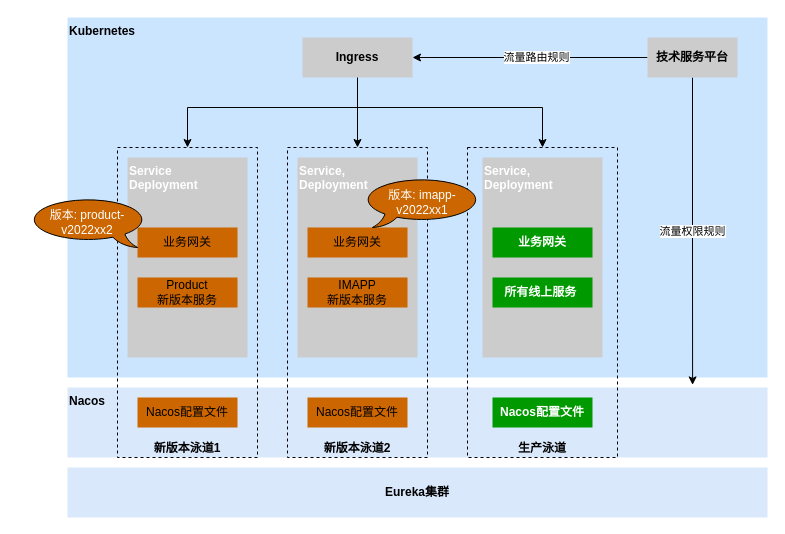
Before: page "第 2 页" (4 of 5) of im/im-grey.drawio in novayoung/draw, a draw.io diagram. Source tidied: cells renumbered, new cells numbered last; positions are measured from the earlier drawing's top-left corner, leaving out a move shared by most shapes. Both pictures are drawn from the tidied source at 100%, with x=0, y=0 at pixel (27, 17).
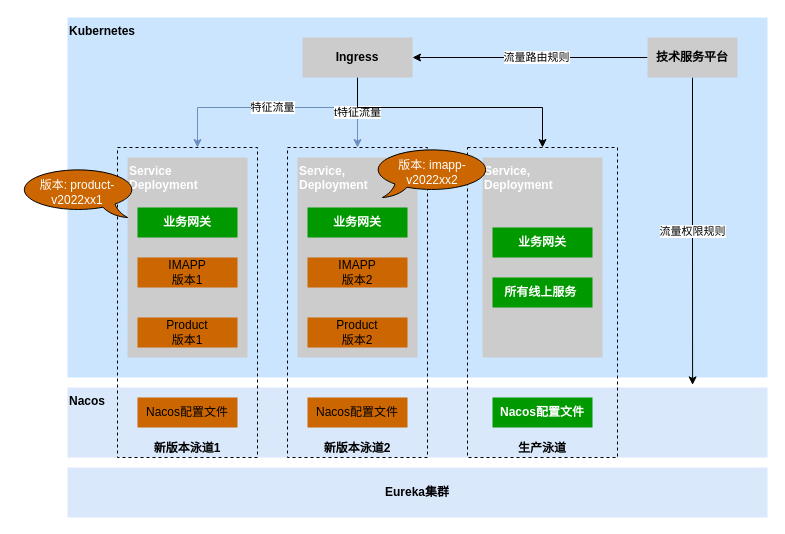
The same page after the edit.

The change refers to these unchanged cells:
```xml
<mxCell id="6" value="&lt;b&gt;新版本&lt;/b&gt;&lt;b&gt;泳道2&lt;/b&gt;" style="rounded=0;whiteSpace=wrap;html=1;fontColor=#000000;fillColor=none;verticalAlign=bottom;dashed=1;" parent="1" vertex="1">
  <mxGeometry x="260" y="130" width="140" height="310" as="geometry" />
</mxCell>
<mxCell id="8" value="&lt;b&gt;新版本泳道1&lt;/b&gt;" style="rounded=0;whiteSpace=wrap;html=1;fontColor=#000000;fillColor=none;verticalAlign=bottom;dashed=1;" parent="1" vertex="1">
  <mxGeometry x="90" y="130" width="140" height="310" as="geometry" />
</mxCell>
<mxCell id="13" value="Ingress" style="rounded=0;whiteSpace=wrap;html=1;fillColor=#CCCCCC;strokeColor=none;fontStyle=1;" parent="1" vertex="1">
  <mxGeometry x="275" y="20" width="110" height="40" as="geometry" />
</mxCell>
```

Change to the diagram source:
```diff
@@
-    <mxCell id="10" style="edgeStyle=orthogonalEdgeStyle;rounded=0;jettySize=auto;html=1;fontColor=#000000;strokeColor=#000000;exitX=0.5;exitY=1;exitDx=0;exitDy=0;" parent="1" edge="1" source="13" target="8">
+    <mxCell id="10" value="特征流量" style="edgeStyle=orthogonalEdgeStyle;rounded=0;jettySize=auto;html=1;fontColor=#000000;strokeColor=#6c8ebf;exitX=0.5;exitY=1;exitDx=0;exitDy=0;fillColor=#dae8fc;" parent="1" edge="1" source="13" target="8">
       <mxGeometry relative="1" as="geometry">
         <Array as="points">
           <mxPoint x="330" y="90" />
-          <mxPoint x="160" y="90" />
+          <mxPoint x="170" y="90" />
         </Array>
       </mxGeometry>
     </mxCell>
-    <mxCell id="11" style="edgeStyle=orthogonalEdgeStyle;rounded=0;jettySize=auto;html=1;entryX=0.5;entryY=0;entryDx=0;entryDy=0;fontColor=#000000;strokeColor=#000000;" parent="1" edge="1" source="13" target="6">
+    <mxCell id="11" value="t特征流量" style="edgeStyle=orthogonalEdgeStyle;rounded=0;jettySize=auto;html=1;entryX=0.5;entryY=0;entryDx=0;entryDy=0;fontColor=#000000;strokeColor=#6c8ebf;fillColor=#dae8fc;" parent="1" edge="1" source="13" target="6">
       <mxGeometry relative="1" as="geometry" />
     </mxCell>
@@
-    <mxCell id="14" value="业务网关" style="rounded=0;whiteSpace=wrap;html=1;fillColor=#CC6600;strokeColor=none;" parent="1" vertex="1">
-      <mxGeometry x="280" y="210" width="100" height="30" as="geometry" />
+    <mxCell id="14" value="业务网关" style="rounded=0;whiteSpace=wrap;html=1;fillColor=#009900;strokeColor=none;fontStyle=1;fontColor=#FFFFFF;" parent="1" vertex="1">
+      <mxGeometry x="280" y="190" width="100" height="30" as="geometry" />
     </mxCell>
@@
-    <mxCell id="16" value="IMAPP&lt;br&gt;新版本服务" style="rounded=0;whiteSpace=wrap;html=1;fillColor=#CC6600;strokeColor=none;" parent="1" vertex="1">
-      <mxGeometry x="280" y="260" width="100" height="30" as="geometry" />
+    <mxCell id="16" value="IMAPP&lt;br&gt;版本2" style="rounded=0;whiteSpace=wrap;html=1;fillColor=#CC6600;strokeColor=none;" parent="1" vertex="1">
+      <mxGeometry x="280" y="240" width="100" height="30" as="geometry" />
     </mxCell>
@@
-    <mxCell id="19" value="业务网关" style="rounded=0;whiteSpace=wrap;html=1;fillColor=#CC6600;strokeColor=none;" parent="1" vertex="1">
-      <mxGeometry x="110" y="210" width="100" height="30" as="geometry" />
+    <mxCell id="19" value="业务网关" style="rounded=0;whiteSpace=wrap;html=1;fillColor=#009900;strokeColor=none;fontStyle=1;fontColor=#FFFFFF;" parent="1" vertex="1">
+      <mxGeometry x="110" y="190" width="100" height="30" as="geometry" />
     </mxCell>
-    <mxCell id="20" value="Product&lt;br&gt;新版本服务" style="rounded=0;whiteSpace=wrap;html=1;fillColor=#CC6600;strokeColor=none;" parent="1" vertex="1">
-      <mxGeometry x="110" y="260" width="100" height="30" as="geometry" />
+    <mxCell id="20" value="IMAPP&lt;br&gt;版本1" style="rounded=0;whiteSpace=wrap;html=1;fillColor=#CC6600;strokeColor=none;" parent="1" vertex="1">
+      <mxGeometry x="110" y="240" width="100" height="30" as="geometry" />
     </mxCell>
@@
-    <mxCell id="25" value="版本: imapp-v2022xx1" style="whiteSpace=wrap;html=1;shape=mxgraph.basic.oval_callout;fontColor=#FFFFFF;fillColor=#CC6600;" parent="1" vertex="1">
-      <mxGeometry x="335" y="160" width="120" height="50" as="geometry" />
+    <mxCell id="25" value="版本: imapp-v2022xx2" style="whiteSpace=wrap;html=1;shape=mxgraph.basic.oval_callout;fontColor=#FFFFFF;fillColor=#CC6600;" parent="1" vertex="1">
+      <mxGeometry x="345" y="130" width="120" height="50" as="geometry" />
     </mxCell>
-    <mxCell id="26" value="版本: product-v2022xx2" style="whiteSpace=wrap;html=1;shape=mxgraph.basic.oval_callout;fontColor=#FFFFFF;fillColor=#CC6600;direction=east;flipH=1;" parent="1" vertex="1">
-      <mxGeometry y="180" width="120" height="50" as="geometry" />
+    <mxCell id="26" value="版本: product-v2022xx1" style="whiteSpace=wrap;html=1;shape=mxgraph.basic.oval_callout;fontColor=#FFFFFF;fillColor=#CC6600;direction=east;flipH=1;" parent="1" vertex="1">
+      <mxGeometry x="-10" y="150" width="120" height="50" as="geometry" />
     </mxCell>
@@
+    <mxCell id="30" value="Product&lt;br&gt;版本1" style="rounded=0;whiteSpace=wrap;html=1;fillColor=#CC6600;strokeColor=none;" parent="1" vertex="1">
+      <mxGeometry x="110" y="300" width="100" height="30" as="geometry" />
+    </mxCell>
+    <mxCell id="31" value="Product&lt;br&gt;版本2" style="rounded=0;whiteSpace=wrap;html=1;fillColor=#CC6600;strokeColor=none;" parent="1" vertex="1">
+      <mxGeometry x="280" y="300" width="100" height="30" as="geometry" />
+    </mxCell>
```
